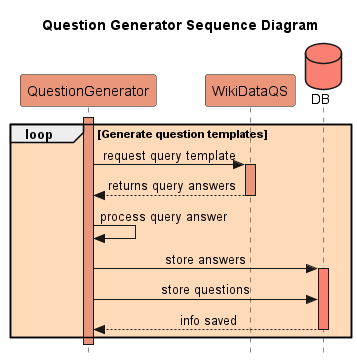
Earlier version of the PlantUML export images/Question generation diagram.png (Arquisoft/wiq_en2b).
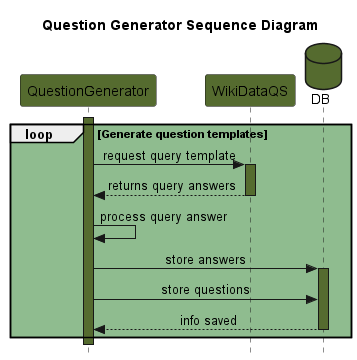
Above is the later version.

Diff of the diagram source:
```diff
@@ -1,20 +1,20 @@
 @startuml question generator
 title Question Generator Sequence Diagram
-participant QuestionGenerator #darksalmon
-participant WikiDataQS #darksalmon
-database DB #salmon
+participant QuestionGenerator #darkolivegreen
+participant WikiDataQS #darkolivegreen
+database DB #darkolivegreen
 skinparam Style strictuml
 skinparam SequenceMessageAlignment center
 
-loop #PeachPuff Generate question templates
-activate QuestionGenerator #darksalmon
+loop #darkseagreen Generate question templates
+activate QuestionGenerator #darkolivegreen
 QuestionGenerator -> WikiDataQS  : request query template
-activate WikiDataQS #darksalmon
+activate WikiDataQS #darkolivegreen
 QuestionGenerator <-- WikiDataQS  : returns query answers
 deactivate WikiDataQS
 QuestionGenerator -> QuestionGenerator  : process query answer
 QuestionGenerator -> DB  : store answers
-activate DB #salmon
+activate DB #darkolivegreen
 QuestionGenerator -> DB  : store questions
 DB --> QuestionGenerator  :  info saved
 deactivate DB
```
